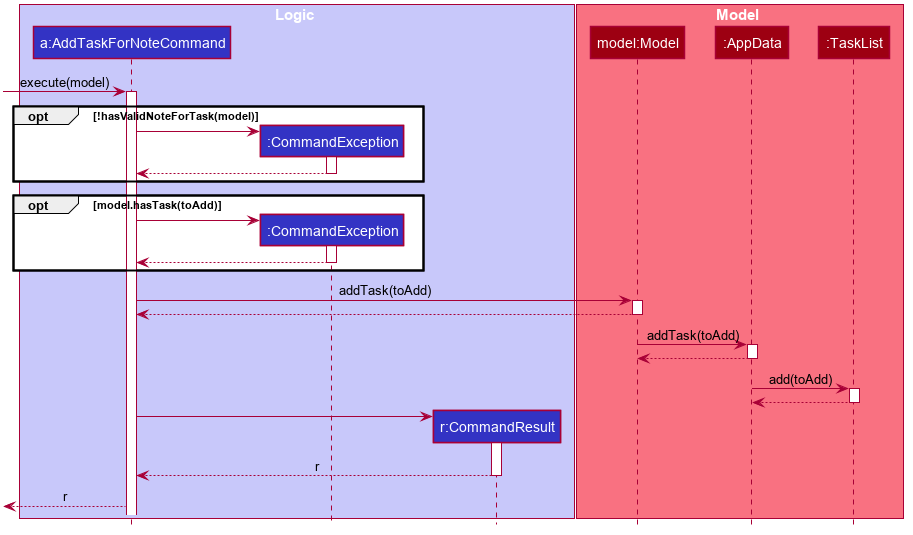
AY1920S1-CS2103T-F11-4/main keeps this PlantUML diagram as images/task/AddTaskForNoteCommandExecuteSequenceDiagram.png. Above is the earlier version. Its diagram source:
```plantuml
@startuml








skinparam BackgroundColor #FFFFFFF

skinparam Shadowing false

skinparam Class {
    FontColor #FFFFFF
    BorderThickness 1
    BorderColor #FFFFFF
    StereotypeFontColor #FFFFFF
    FontName Arial
}

skinparam Actor {
    BorderColor #000000
    Color #000000
    FontName Arial
}

skinparam Sequence {
    MessageAlign center
    BoxFontSize 15
    BoxPadding 0
    BoxFontColor #FFFFFF
    FontName Arial
}

skinparam Participant {
    FontColor #FFFFFFF
    Padding 20
}

skinparam MinClassWidth 50
skinparam ParticipantPadding 10
skinparam Shadowing false
skinparam DefaultTextAlignment center
skinparam packageStyle Rectangle

hide footbox
hide members
hide circle

box Logic #C8C8FA
participant "a:AddTaskForNoteCommand" as AddTaskForNoteCommand #3333C4
participant ":CommandException" as CommandException #3333C4
participant "r:CommandResult" as CommandResult #3333C4
end box

box Model #F97181
participant "model:Model" as Model #9D0012
participant ":AppData" as AppData #9D0012
participant ":TaskList" as TaskList #9D0012
end box

[-> AddTaskForNoteCommand : execute(model)
activate AddTaskForNoteCommand

opt !hasValidNoteForTask(model)
    create CommandException
    AddTaskForNoteCommand -> CommandException
    activate CommandException
    CommandException --> AddTaskForNoteCommand
    deactivate CommandException
end

opt model.hasTask(toAdd)
    create CommandException
    AddTaskForNoteCommand -> CommandException
    activate CommandException
    CommandException ---> AddTaskForNoteCommand
    deactivate CommandException
end

AddTaskForNoteCommand -> Model : addTask(toAdd)
activate Model
Model --> AddTaskForNoteCommand
deactivate Model

Model -> AppData : addTask(toAdd)
activate AppData
AppData --> Model
deactivate AppData

AppData -> TaskList : add(toAdd)
activate TaskList
TaskList --> AppData
deactivate TaskList

create CommandResult
AddTaskForNoteCommand -> CommandResult
activate CommandResult
CommandResult --> AddTaskForNoteCommand : r
deactivate CommandResult

[<-- AddTaskForNoteCommand : r


@enduml
```
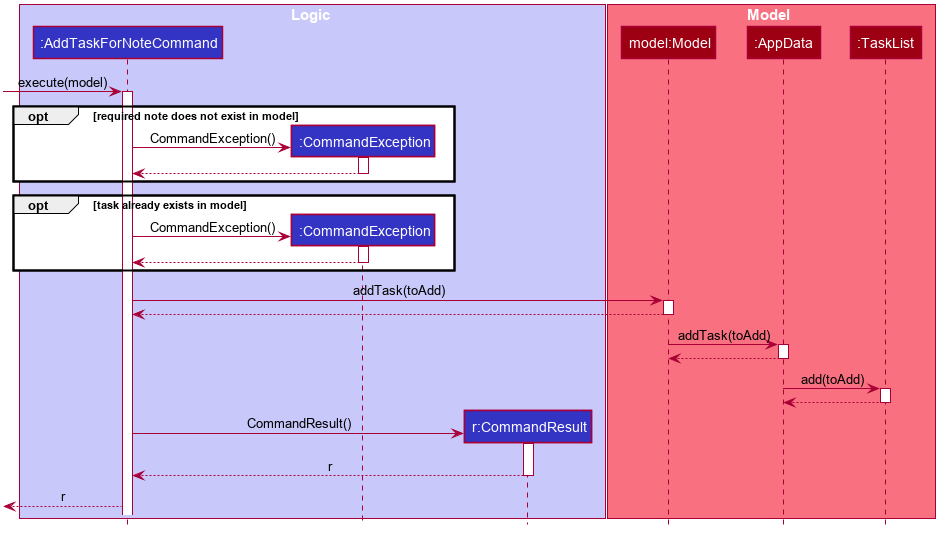
After the commit.

What changed in the source:
```diff
@@ -49,7 +49,7 @@
 hide circle
 
 box Logic #C8C8FA
-participant "a:AddTaskForNoteCommand" as AddTaskForNoteCommand #3333C4
+participant ":AddTaskForNoteCommand" as AddTaskForNoteCommand #3333C4
 participant ":CommandException" as CommandException #3333C4
 participant "r:CommandResult" as CommandResult #3333C4
 end box
@@ -63,17 +63,17 @@
 [-> AddTaskForNoteCommand : execute(model)
 activate AddTaskForNoteCommand
 
-opt !hasValidNoteForTask(model)
+opt required note does not exist in model
     create CommandException
-    AddTaskForNoteCommand -> CommandException
+    AddTaskForNoteCommand -> CommandException : CommandException()
     activate CommandException
     CommandException --> AddTaskForNoteCommand
     deactivate CommandException
 end
 
-opt model.hasTask(toAdd)
+opt task already exists in model
     create CommandException
-    AddTaskForNoteCommand -> CommandException
+    AddTaskForNoteCommand -> CommandException : CommandException()
     activate CommandException
     CommandException ---> AddTaskForNoteCommand
     deactivate CommandException
@@ -95,7 +95,7 @@
 deactivate TaskList
 
 create CommandResult
-AddTaskForNoteCommand -> CommandResult
+AddTaskForNoteCommand -> CommandResult : CommandResult()
 activate CommandResult
 CommandResult --> AddTaskForNoteCommand : r
 deactivate CommandResult
```
